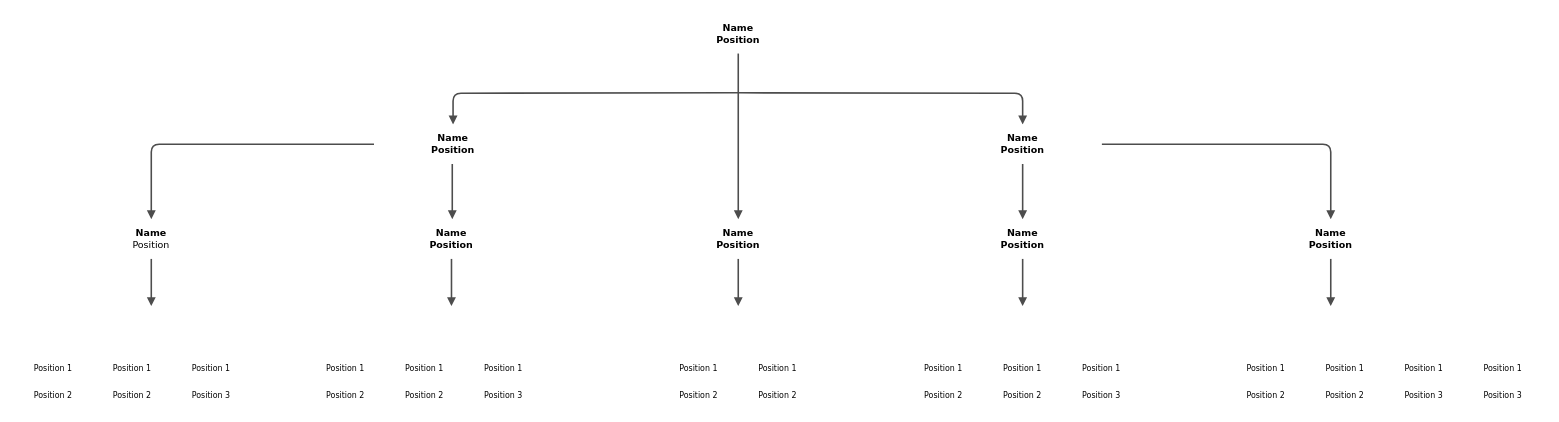
Earlier version of the draw.io diagram Untitled Diagram.drawio (necroboi/RISK-AND-DECISION-HDB). Source tidied: cells renumbered, new cells numbered last; positions are measured from the earlier drawing's top-left corner, leaving out a move shared by most shapes. Both pictures are drawn from the tidied source at 79%, with x=0, y=0 at pixel (13, 13).
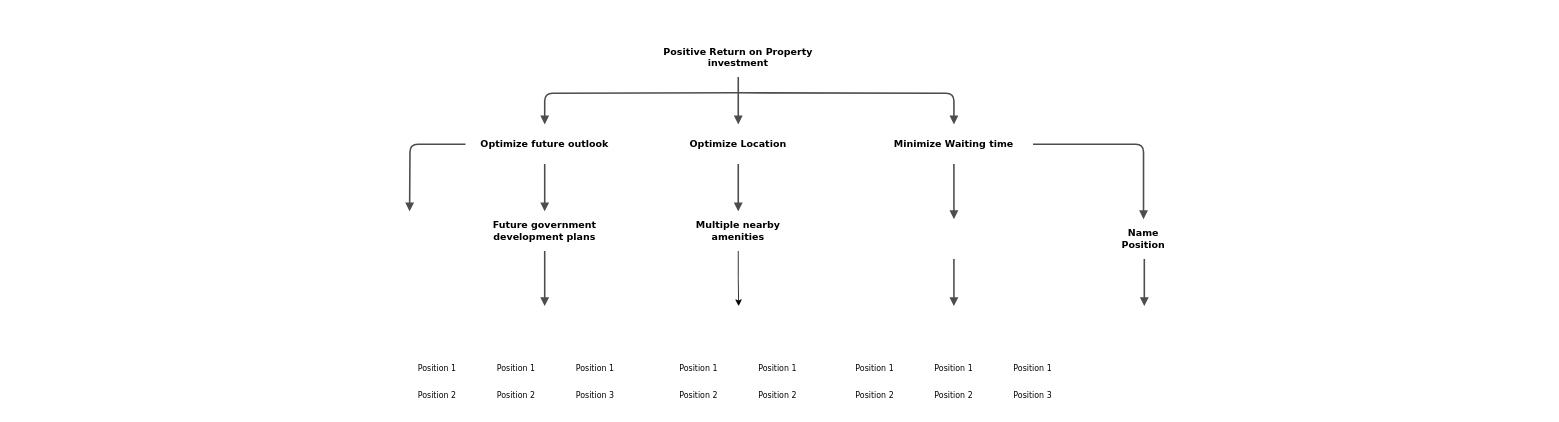
Above is the later version.

Unchanged cells that the change refers to:
```xml
<mxCell id="4" style="whiteSpace=wrap;html=1;rounded=0;shadow=0;comic=0;strokeWidth=2;fontFamily=Verdana;align=center;fontSize=10;strokeColor=none;" parent="1" vertex="1">
  <mxGeometry x="806" y="370" width="223" height="130" as="geometry" />
</mxCell>
```

Change to the diagram source:
```diff
@@
-    <mxCell id="2" style="whiteSpace=wrap;html=1;rounded=0;shadow=0;comic=0;strokeWidth=2;fontFamily=Verdana;align=center;fontSize=10;strokeColor=none;" parent="1" vertex="1">
-      <mxGeometry y="370" width="300" height="130" as="geometry" />
-    </mxCell>
     <mxCell id="3" style="whiteSpace=wrap;html=1;rounded=0;shadow=0;comic=0;strokeWidth=2;fontFamily=Verdana;align=center;fontSize=10;strokeColor=none;" parent="1" vertex="1">
-      <mxGeometry x="350" y="370" width="340" height="130" as="geometry" />
+      <mxGeometry x="466" y="370" width="340" height="130" as="geometry" />
     </mxCell>
@@
     <mxCell id="5" style="whiteSpace=wrap;html=1;rounded=0;shadow=0;comic=0;strokeWidth=2;fontFamily=Verdana;align=center;fontSize=10;strokeColor=none;" parent="1" vertex="1">
-      <mxGeometry x="1127" y="370" width="300" height="130" as="geometry" />
+      <mxGeometry x="1040" y="370" width="300" height="130" as="geometry" />
     </mxCell>
-    <mxCell id="6" style="whiteSpace=wrap;html=1;rounded=0;shadow=0;comic=0;strokeWidth=2;fontFamily=Verdana;align=center;fontSize=10;strokeColor=none;" parent="1" vertex="1">
-      <mxGeometry x="1530" y="370" width="410" height="130" as="geometry" />
-    </mxCell>
@@
-    <mxCell id="11" style="edgeStyle=orthogonalEdgeStyle;rounded=1;html=1;labelBackgroundColor=none;endArrow=block;endFill=1;strokeColor=#4D4D4D;strokeWidth=2;fontFamily=Verdana;fontSize=12;fontStyle=1;" parent="1" edge="1" source="50" target="49">
-      <mxGeometry relative="1" as="geometry" />
+    <mxCell id="11" style="edgeStyle=orthogonalEdgeStyle;rounded=1;html=1;labelBackgroundColor=none;endArrow=block;endFill=1;strokeColor=#4D4D4D;strokeWidth=2;fontFamily=Verdana;fontSize=12;fontStyle=1;" parent="1" edge="1" source="50">
+      <mxGeometry relative="1" as="geometry">
+        <mxPoint x="501" y="250" as="targetPoint" />
+      </mxGeometry>
     </mxCell>
@@
-    <mxCell id="14" style="edgeStyle=elbowEdgeStyle;rounded=1;html=1;labelBackgroundColor=none;endArrow=block;endFill=1;strokeColor=#4D4D4D;strokeWidth=2;fontFamily=Verdana;fontSize=10;" parent="1" edge="1" source="56" target="6">
-      <mxGeometry relative="1" as="geometry" />
+    <mxCell id="14" style="edgeStyle=elbowEdgeStyle;rounded=1;html=1;labelBackgroundColor=none;endArrow=block;endFill=1;strokeColor=#4D4D4D;strokeWidth=2;fontFamily=Verdana;fontSize=10;" parent="1" edge="1" source="56">
+      <mxGeometry relative="1" as="geometry">
+        <mxPoint x="1430.9" y="370" as="targetPoint" />
+      </mxGeometry>
     </mxCell>
@@
-    <mxCell id="16" style="edgeStyle=elbowEdgeStyle;rounded=1;html=1;labelBackgroundColor=none;endArrow=block;endFill=1;strokeColor=#4D4D4D;strokeWidth=2;fontFamily=Verdana;fontSize=10;" parent="1" edge="1" source="52" target="4">
+    <mxCell id="16" style="edgeStyle=elbowEdgeStyle;rounded=1;html=1;labelBackgroundColor=none;endArrow=block;endFill=1;strokeColor=#4D4D4D;strokeWidth=2;fontFamily=Verdana;fontSize=10;entryX=0.5;entryY=0;entryDx=0;entryDy=0;" parent="1" edge="1" source="52" target="58">
       <mxGeometry relative="1" as="geometry" />
     </mxCell>
@@
-    <mxCell id="18" style="edgeStyle=elbowEdgeStyle;rounded=1;html=1;labelBackgroundColor=none;endArrow=block;endFill=1;strokeColor=#4D4D4D;strokeWidth=2;fontFamily=Verdana;fontSize=10;" parent="1" edge="1" source="49" target="2">
-      <mxGeometry relative="1" as="geometry" />
-    </mxCell>
-    <mxCell id="19" value="Position 1" style="text;html=1;strokeColor=none;fillColor=none;align=center;verticalAlign=middle;whiteSpace=wrap;rounded=1;shadow=0;comic=0;fontFamily=Verdana;fontSize=10;" parent="1" vertex="1">
-      <mxGeometry x="5" y="435" width="90" height="25" as="geometry" />
-    </mxCell>
-    <mxCell id="20" value="Position 1" style="text;html=1;strokeColor=none;fillColor=none;align=center;verticalAlign=middle;whiteSpace=wrap;rounded=1;shadow=0;comic=0;fontFamily=Verdana;fontSize=10;" parent="1" vertex="1">
-      <mxGeometry x="105" y="435" width="90" height="25" as="geometry" />
-    </mxCell>
-    <mxCell id="21" value="Position 1" style="text;html=1;strokeColor=none;fillColor=none;align=center;verticalAlign=middle;whiteSpace=wrap;rounded=1;shadow=0;comic=0;fontFamily=Verdana;fontSize=10;" parent="1" vertex="1">
-      <mxGeometry x="205" y="435" width="90" height="25" as="geometry" />
-    </mxCell>
-    <mxCell id="22" value="Position 2" style="text;html=1;strokeColor=none;fillColor=none;align=center;verticalAlign=middle;whiteSpace=wrap;rounded=1;shadow=0;comic=0;fontFamily=Verdana;fontSize=10;" parent="1" vertex="1">
-      <mxGeometry x="5" y="470" width="90" height="25" as="geometry" />
-    </mxCell>
-    <mxCell id="23" value="Position 2" style="text;html=1;strokeColor=none;fillColor=none;align=center;verticalAlign=middle;whiteSpace=wrap;rounded=1;shadow=0;comic=0;fontFamily=Verdana;fontSize=10;" parent="1" vertex="1">
-      <mxGeometry x="105" y="470" width="90" height="25" as="geometry" />
-    </mxCell>
-    <mxCell id="24" value="Position 3" style="text;html=1;strokeColor=none;fillColor=none;align=center;verticalAlign=middle;whiteSpace=wrap;rounded=1;shadow=0;comic=0;fontFamily=Verdana;fontSize=10;" parent="1" vertex="1">
-      <mxGeometry x="205" y="470" width="90" height="25" as="geometry" />
-    </mxCell>
     <mxCell id="25" value="Position 1" style="text;html=1;strokeColor=none;fillColor=none;align=center;verticalAlign=middle;whiteSpace=wrap;rounded=1;shadow=0;comic=0;fontFamily=Verdana;fontSize=10;" parent="1" vertex="1">
-      <mxGeometry x="375" y="435" width="90" height="25" as="geometry" />
+      <mxGeometry x="491" y="435" width="90" height="25" as="geometry" />
     </mxCell>
     <mxCell id="26" value="Position 1" style="text;html=1;strokeColor=none;fillColor=none;align=center;verticalAlign=middle;whiteSpace=wrap;rounded=1;shadow=0;comic=0;fontFamily=Verdana;fontSize=10;" parent="1" vertex="1">
-      <mxGeometry x="475" y="435" width="90" height="25" as="geometry" />
+      <mxGeometry x="591" y="435" width="90" height="25" as="geometry" />
     </mxCell>
     <mxCell id="27" value="Position 1" style="text;html=1;strokeColor=none;fillColor=none;align=center;verticalAlign=middle;whiteSpace=wrap;rounded=1;shadow=0;comic=0;fontFamily=Verdana;fontSize=10;" parent="1" vertex="1">
-      <mxGeometry x="575" y="435" width="90" height="25" as="geometry" />
+      <mxGeometry x="691" y="435" width="90" height="25" as="geometry" />
     </mxCell>
     <mxCell id="28" value="Position 2" style="text;html=1;strokeColor=none;fillColor=none;align=center;verticalAlign=middle;whiteSpace=wrap;rounded=1;shadow=0;comic=0;fontFamily=Verdana;fontSize=10;" parent="1" vertex="1">
-      <mxGeometry x="375" y="470" width="90" height="25" as="geometry" />
+      <mxGeometry x="491" y="470" width="90" height="25" as="geometry" />
     </mxCell>
     <mxCell id="29" value="Position 2" style="text;html=1;strokeColor=none;fillColor=none;align=center;verticalAlign=middle;whiteSpace=wrap;rounded=1;shadow=0;comic=0;fontFamily=Verdana;fontSize=10;" parent="1" vertex="1">
-      <mxGeometry x="475" y="470" width="90" height="25" as="geometry" />
+      <mxGeometry x="591" y="470" width="90" height="25" as="geometry" />
     </mxCell>
     <mxCell id="30" value="Position 3" style="text;html=1;strokeColor=none;fillColor=none;align=center;verticalAlign=middle;whiteSpace=wrap;rounded=1;shadow=0;comic=0;fontFamily=Verdana;fontSize=10;" parent="1" vertex="1">
-      <mxGeometry x="575" y="470" width="90" height="25" as="geometry" />
+      <mxGeometry x="691" y="470" width="90" height="25" as="geometry" />
     </mxCell>
@@
     <mxCell id="35" value="Position 1" style="text;html=1;strokeColor=none;fillColor=none;align=center;verticalAlign=middle;whiteSpace=wrap;rounded=1;shadow=0;comic=0;fontFamily=Verdana;fontSize=10;" parent="1" vertex="1">
-      <mxGeometry x="1132" y="435" width="90" height="25" as="geometry" />
+      <mxGeometry x="1045" y="435" width="90" height="25" as="geometry" />
     </mxCell>
     <mxCell id="36" value="Position 1" style="text;html=1;strokeColor=none;fillColor=none;align=center;verticalAlign=middle;whiteSpace=wrap;rounded=1;shadow=0;comic=0;fontFamily=Verdana;fontSize=10;" parent="1" vertex="1">
-      <mxGeometry x="1232" y="435" width="90" height="25" as="geometry" />
+      <mxGeometry x="1145" y="435" width="90" height="25" as="geometry" />
     </mxCell>
     <mxCell id="37" value="Position 1" style="text;html=1;strokeColor=none;fillColor=none;align=center;verticalAlign=middle;whiteSpace=wrap;rounded=1;shadow=0;comic=0;fontFamily=Verdana;fontSize=10;" parent="1" vertex="1">
-      <mxGeometry x="1332" y="435" width="90" height="25" as="geometry" />
+      <mxGeometry x="1245" y="435" width="90" height="25" as="geometry" />
     </mxCell>
     <mxCell id="38" value="Position 2" style="text;html=1;strokeColor=none;fillColor=none;align=center;verticalAlign=middle;whiteSpace=wrap;rounded=1;shadow=0;comic=0;fontFamily=Verdana;fontSize=10;" parent="1" vertex="1">
-      <mxGeometry x="1132" y="470" width="90" height="25" as="geometry" />
+      <mxGeometry x="1045" y="470" width="90" height="25" as="geometry" />
     </mxCell>
     <mxCell id="39" value="Position 2" style="text;html=1;strokeColor=none;fillColor=none;align=center;verticalAlign=middle;whiteSpace=wrap;rounded=1;shadow=0;comic=0;fontFamily=Verdana;fontSize=10;" parent="1" vertex="1">
-      <mxGeometry x="1232" y="470" width="90" height="25" as="geometry" />
+      <mxGeometry x="1145" y="470" width="90" height="25" as="geometry" />
     </mxCell>
     <mxCell id="40" value="Position 3" style="text;html=1;strokeColor=none;fillColor=none;align=center;verticalAlign=middle;whiteSpace=wrap;rounded=1;shadow=0;comic=0;fontFamily=Verdana;fontSize=10;" parent="1" vertex="1">
-      <mxGeometry x="1332" y="470" width="90" height="25" as="geometry" />
+      <mxGeometry x="1245" y="470" width="90" height="25" as="geometry" />
     </mxCell>
-    <mxCell id="41" value="Position 1" style="text;html=1;strokeColor=none;fillColor=none;align=center;verticalAlign=middle;whiteSpace=wrap;rounded=1;shadow=0;comic=0;fontFamily=Verdana;fontSize=10;" parent="1" vertex="1">
-      <mxGeometry x="1540" y="435" width="90" height="25" as="geometry" />
-    </mxCell>
-    <mxCell id="42" value="Position 1" style="text;html=1;strokeColor=none;fillColor=none;align=center;verticalAlign=middle;whiteSpace=wrap;rounded=1;shadow=0;comic=0;fontFamily=Verdana;fontSize=10;" parent="1" vertex="1">
-      <mxGeometry x="1640" y="435" width="90" height="25" as="geometry" />
-    </mxCell>
-    <mxCell id="43" value="Position 1" style="text;html=1;strokeColor=none;fillColor=none;align=center;verticalAlign=middle;whiteSpace=wrap;rounded=1;shadow=0;comic=0;fontFamily=Verdana;fontSize=10;" parent="1" vertex="1">
-      <mxGeometry x="1740" y="435" width="90" height="25" as="geometry" />
-    </mxCell>
-    <mxCell id="44" value="Position 2" style="text;html=1;strokeColor=none;fillColor=none;align=center;verticalAlign=middle;whiteSpace=wrap;rounded=1;shadow=0;comic=0;fontFamily=Verdana;fontSize=10;" parent="1" vertex="1">
-      <mxGeometry x="1540" y="470" width="90" height="25" as="geometry" />
-    </mxCell>
-    <mxCell id="45" value="Position 2" style="text;html=1;strokeColor=none;fillColor=none;align=center;verticalAlign=middle;whiteSpace=wrap;rounded=1;shadow=0;comic=0;fontFamily=Verdana;fontSize=10;" parent="1" vertex="1">
-      <mxGeometry x="1640" y="470" width="90" height="25" as="geometry" />
-    </mxCell>
-    <mxCell id="46" value="Position 3" style="text;html=1;strokeColor=none;fillColor=none;align=center;verticalAlign=middle;whiteSpace=wrap;rounded=1;shadow=0;comic=0;fontFamily=Verdana;fontSize=10;" parent="1" vertex="1">
-      <mxGeometry x="1740" y="470" width="90" height="25" as="geometry" />
-    </mxCell>
-    <mxCell id="47" value="Position 1" style="text;html=1;strokeColor=none;fillColor=none;align=center;verticalAlign=middle;whiteSpace=wrap;rounded=1;shadow=0;comic=0;fontFamily=Verdana;fontSize=10;" parent="1" vertex="1">
-      <mxGeometry x="1840" y="435" width="90" height="25" as="geometry" />
-    </mxCell>
-    <mxCell id="48" value="Position 3" style="text;html=1;strokeColor=none;fillColor=none;align=center;verticalAlign=middle;whiteSpace=wrap;rounded=1;shadow=0;comic=0;fontFamily=Verdana;fontSize=10;" parent="1" vertex="1">
-      <mxGeometry x="1840" y="470" width="90" height="25" as="geometry" />
-    </mxCell>
-    <mxCell id="49" value="&lt;span&gt;Name&lt;/span&gt;&lt;div&gt;&lt;span style=&quot;font-weight: normal&quot;&gt;Position&lt;/span&gt;&lt;/div&gt;" style="whiteSpace=wrap;html=1;rounded=0;shadow=0;comic=0;strokeWidth=2;fontFamily=Verdana;align=center;fontSize=12;fontStyle=1;strokeColor=none;" parent="1" vertex="1">
-      <mxGeometry x="74" y="260" width="200" height="50" as="geometry" />
-    </mxCell>
-    <mxCell id="50" value="Name&lt;div&gt;&lt;span&gt;Position&lt;/span&gt;&lt;/div&gt;" style="whiteSpace=wrap;html=1;rounded=0;shadow=0;comic=0;strokeWidth=2;fontFamily=Verdana;align=center;fontSize=12;fontStyle=1;strokeColor=none;" parent="1" vertex="1">
-      <mxGeometry x="456" y="140" width="200" height="50" as="geometry" />
+    <mxCell id="50" value="Optimize future outlook" style="whiteSpace=wrap;html=1;rounded=0;shadow=0;comic=0;strokeWidth=2;fontFamily=Verdana;align=center;fontSize=12;fontStyle=1;strokeColor=none;" parent="1" vertex="1">
+      <mxGeometry x="572" y="140" width="200" height="50" as="geometry" />
     </mxCell>
-    <mxCell id="51" value="Name&lt;div&gt;&lt;span&gt;Position&lt;/span&gt;&lt;/div&gt;" style="whiteSpace=wrap;html=1;rounded=0;shadow=0;comic=0;strokeWidth=2;fontFamily=Verdana;align=center;fontSize=12;fontStyle=1;strokeColor=none;" parent="1" vertex="1">
-      <mxGeometry x="454" y="260" width="200" height="50" as="geometry" />
+    <mxCell id="51" value="Future government development plans" style="whiteSpace=wrap;html=1;rounded=0;shadow=0;comic=0;strokeWidth=2;fontFamily=Verdana;align=center;fontSize=12;fontStyle=1;strokeColor=none;" parent="1" vertex="1">
+      <mxGeometry x="572" y="250" width="200" height="50" as="geometry" />
     </mxCell>
-    <mxCell id="52" value="Name&lt;div&gt;&lt;span&gt;Position&lt;/span&gt;&lt;/div&gt;" style="whiteSpace=wrap;html=1;rounded=0;shadow=0;comic=0;strokeWidth=2;fontFamily=Verdana;align=center;fontSize=12;fontStyle=1;strokeColor=none;" parent="1" vertex="1">
-      <mxGeometry x="817" y="260" width="200" height="50" as="geometry" />
+    <mxCell id="52" value="Optimize Location" style="whiteSpace=wrap;html=1;rounded=0;shadow=0;comic=0;strokeWidth=2;fontFamily=Verdana;align=center;fontSize=12;fontStyle=1;strokeColor=none;" parent="1" vertex="1">
+      <mxGeometry x="817" y="140" width="200" height="50" as="geometry" />
     </mxCell>
-    <mxCell id="53" value="Name&lt;div&gt;&lt;span&gt;Position&lt;/span&gt;&lt;/div&gt;" style="whiteSpace=wrap;html=1;rounded=0;shadow=0;comic=0;strokeWidth=2;fontFamily=Verdana;align=center;fontSize=12;fontStyle=1;strokeColor=none;" parent="1" vertex="1">
-      <mxGeometry x="817" width="200" height="50" as="geometry" />
+    <mxCell id="53" value="Positive Return on Property investment" style="whiteSpace=wrap;html=1;rounded=0;shadow=0;comic=0;strokeWidth=2;fontFamily=Verdana;align=center;fontSize=12;fontStyle=1;strokeColor=none;" parent="1" vertex="1">
+      <mxGeometry x="817" y="30" width="200" height="50" as="geometry" />
     </mxCell>
-    <mxCell id="54" value="Name&lt;div&gt;&lt;span&gt;Position&lt;/span&gt;&lt;/div&gt;" style="whiteSpace=wrap;html=1;rounded=0;shadow=0;comic=0;strokeWidth=2;fontFamily=Verdana;align=center;fontSize=12;fontStyle=1;strokeColor=none;" parent="1" vertex="1">
-      <mxGeometry x="1177" y="140" width="200" height="50" as="geometry" />
+    <mxCell id="54" value="Minimize Waiting time" style="whiteSpace=wrap;html=1;rounded=0;shadow=0;comic=0;strokeWidth=2;fontFamily=Verdana;align=center;fontSize=12;fontStyle=1;strokeColor=none;" parent="1" vertex="1">
+      <mxGeometry x="1090" y="140" width="200" height="50" as="geometry" />
     </mxCell>
-    <mxCell id="55" value="Name&lt;div&gt;&lt;span&gt;Position&lt;/span&gt;&lt;/div&gt;" style="whiteSpace=wrap;html=1;rounded=0;shadow=0;comic=0;strokeWidth=2;fontFamily=Verdana;align=center;fontSize=12;fontStyle=1;strokeColor=none;" parent="1" vertex="1">
-      <mxGeometry x="1177" y="260" width="200" height="50" as="geometry" />
+    <mxCell id="55" style="whiteSpace=wrap;html=1;rounded=0;shadow=0;comic=0;strokeWidth=2;fontFamily=Verdana;align=center;fontSize=12;fontStyle=1;strokeColor=none;" parent="1" vertex="1">
+      <mxGeometry x="1090" y="260" width="200" height="50" as="geometry" />
     </mxCell>
     <mxCell id="56" value="Name&lt;div&gt;&lt;span&gt;Position&lt;/span&gt;&lt;/div&gt;" style="whiteSpace=wrap;html=1;rounded=0;shadow=0;comic=0;strokeWidth=2;fontFamily=Verdana;align=center;fontSize=12;fontStyle=1;strokeColor=none;" parent="1" vertex="1">
-      <mxGeometry x="1567" y="260" width="200" height="50" as="geometry" />
+      <mxGeometry x="1330" y="260" width="200" height="50" as="geometry" />
     </mxCell>
+    <mxCell id="57" style="edgeStyle=orthogonalEdgeStyle;rounded=0;jettySize=auto;html=1;exitX=0.5;exitY=1;exitDx=0;exitDy=0;entryX=0.5;entryY=0;entryDx=0;entryDy=0;" parent="1" edge="1" source="58" target="4">
+      <mxGeometry relative="1" as="geometry" />
+    </mxCell>
+    <mxCell id="58" value="Multiple nearby amenities" style="whiteSpace=wrap;html=1;rounded=0;shadow=0;comic=0;strokeWidth=2;fontFamily=Verdana;align=center;fontSize=12;fontStyle=1;strokeColor=none;" parent="1" vertex="1">
+      <mxGeometry x="837" y="250" width="160" height="50" as="geometry" />
+    </mxCell>
```
